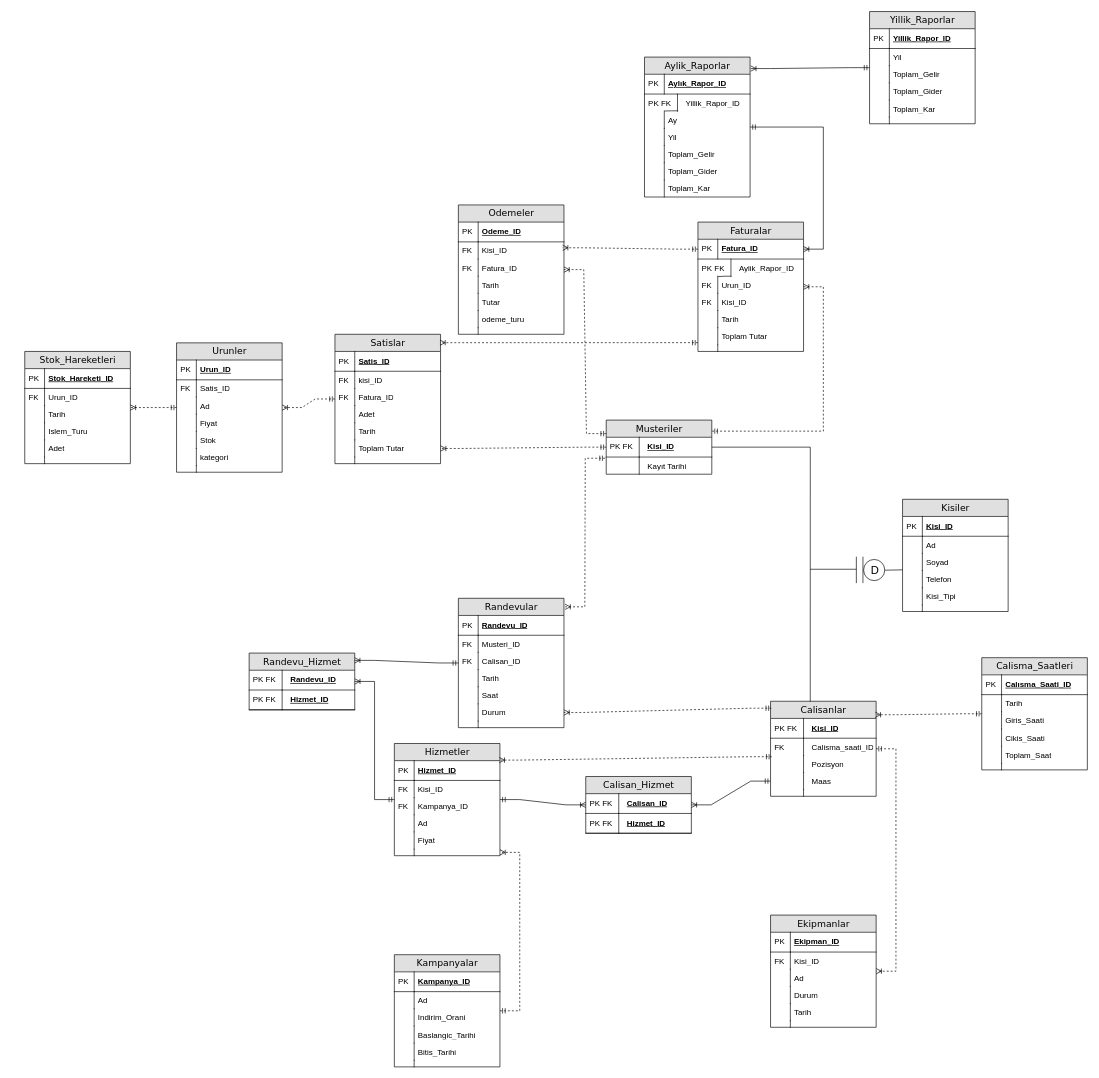
Before: Untitled Diagram.drawio in HexaSabur/VTYSodev, a draw.io diagram. Source tidied: cells renumbered, new cells numbered last; positions are measured from the earlier drawing's top-left corner, leaving out a move shared by most shapes. Both pictures are drawn from the tidied source at 66%, with x=0, y=0 at pixel (24, 11).
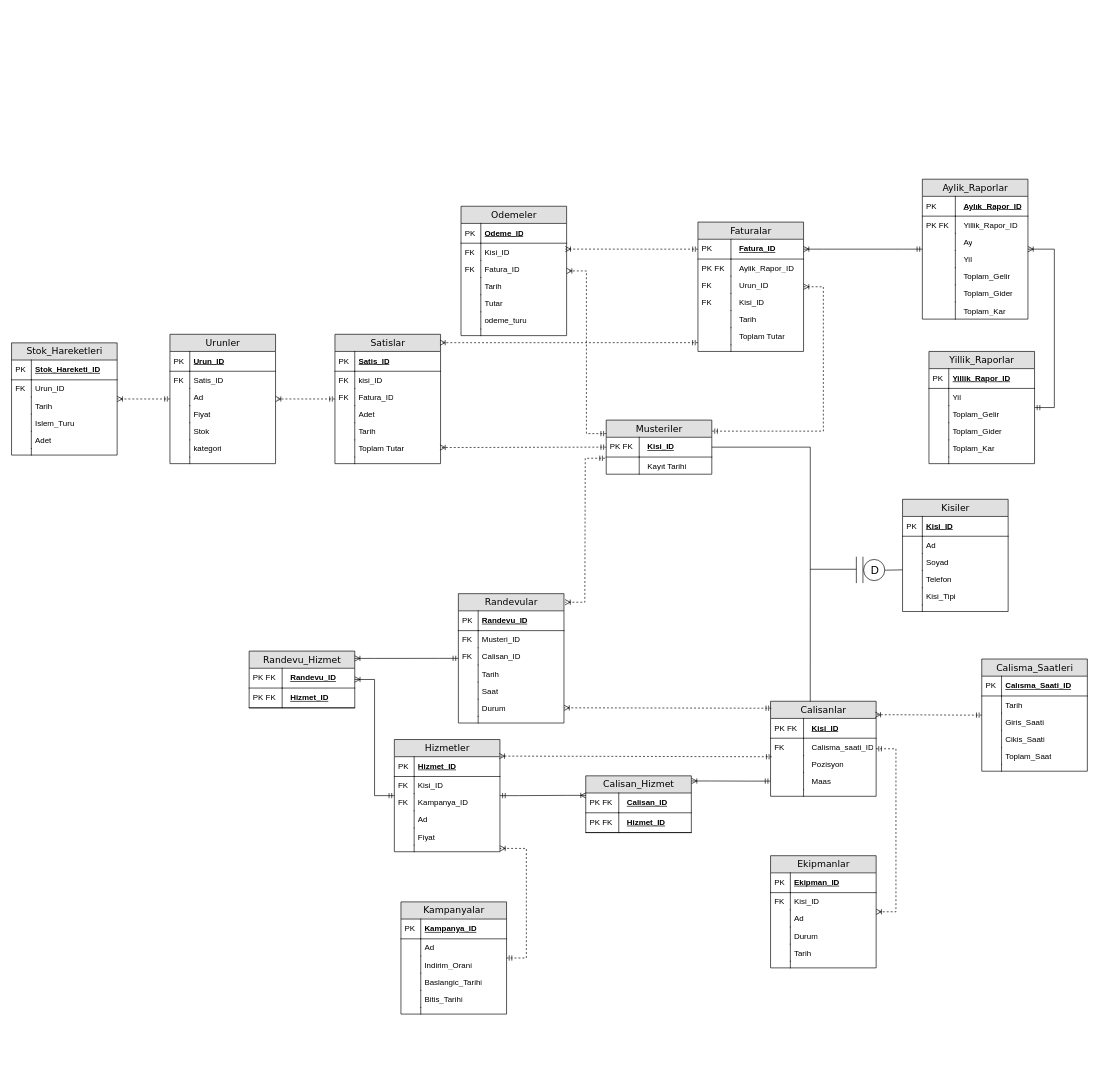
The same diagram, later.

Unchanged cells that the change refers to:
```xml
<mxCell id="9" value="&lt;span style=&quot;white-space: pre;&quot;&gt;&#9;&lt;/span&gt;Maas" style="shape=partialRectangle;top=0;left=0;right=0;bottom=0;html=1;align=left;verticalAlign=top;fillColor=none;spacingLeft=34;spacingRight=4;whiteSpace=wrap;overflow=hidden;points=[[0,0.5],[1,0.5]];portConstraint=eastwest;" parent="2" vertex="1">
  <mxGeometry y="108" width="160" height="26" as="geometry" />
</mxCell>
<mxCell id="82" value="Toplam Tutar" style="shape=partialRectangle;top=0;left=0;right=0;bottom=0;html=1;align=left;verticalAlign=top;fillColor=none;spacingLeft=34;spacingRight=4;whiteSpace=wrap;overflow=hidden;points=[[0,0.5],[1,0.5]];portConstraint=eastwest;" parent="71" vertex="1">
  <mxGeometry y="160" width="160" height="26" as="geometry" />
</mxCell>
<mxCell id="89" value="&lt;span style=&quot;white-space: pre;&quot;&gt;&#9;&lt;/span&gt;Yillik_Rapor_ID" style="shape=partialRectangle;top=0;left=0;right=0;bottom=0;html=1;align=left;verticalAlign=top;fillColor=none;spacingLeft=34;spacingRight=4;whiteSpace=wrap;overflow=hidden;points=[[0,0.5],[1,0.5]];portConstraint=eastwest;" parent="86" vertex="1">
  <mxGeometry y="56" width="160" height="26" as="geometry" />
</mxCell>
<mxCell id="102" value="Musteriler" style="swimlane;html=1;fontStyle=0;horizontal=1;startSize=26;fillColor=#e0e0e0;swimlaneFillColor=#ffffff;align=center;rounded=0;shadow=0;comic=0;labelBackgroundColor=none;strokeWidth=1;fontFamily=Verdana;fontSize=14;" parent="1" vertex="1">
  <mxGeometry x="881" y="619" width="160" height="82" as="geometry" />
</mxCell>
<mxCell id="187" value="Faturalar" style="swimlane;html=1;fontStyle=0;horizontal=1;startSize=26;fillColor=#e0e0e0;swimlaneFillColor=#ffffff;align=center;rounded=0;shadow=0;comic=0;labelBackgroundColor=none;strokeWidth=1;fontFamily=Verdana;fontSize=14;" parent="1" vertex="1">
  <mxGeometry x="1020" y="319" width="160" height="196" as="geometry" />
</mxCell>
<mxCell id="201" style="shape=partialRectangle;top=0;left=0;right=0;bottom=0;html=1;align=left;verticalAlign=top;fillColor=none;spacingLeft=34;spacingRight=4;whiteSpace=wrap;overflow=hidden;points=[[0,0.5],[1,0.5]];portConstraint=eastwest;" parent="187" vertex="1">
  <mxGeometry y="186" width="160" height="10" as="geometry" />
</mxCell>
<mxCell id="231" value="&lt;span style=&quot;white-space: pre;&quot;&gt;&#9;&lt;/span&gt;Calisan_ID" style="shape=partialRectangle;top=0;left=0;right=0;bottom=1;html=1;align=left;verticalAlign=middle;fillColor=none;spacingLeft=34;spacingRight=4;whiteSpace=wrap;overflow=hidden;points=[[0,0.5],[1,0.5]];portConstraint=eastwest;fontStyle=5;" parent="230" vertex="1">
  <mxGeometry y="26" width="160" height="30" as="geometry" />
</mxCell>
```

The edit, as a diff of the source:
```diff
@@
     <mxCell id="13" value="Hizmetler" style="swimlane;html=1;fontStyle=0;horizontal=1;startSize=26;fillColor=#e0e0e0;swimlaneFillColor=#ffffff;align=center;rounded=0;shadow=0;comic=0;labelBackgroundColor=none;strokeWidth=1;fontFamily=Verdana;fontSize=14;" parent="1" vertex="1">
-      <mxGeometry x="560" y="1109" width="160" height="170" as="geometry" />
+      <mxGeometry x="560" y="1103" width="160" height="170" as="geometry" />
     </mxCell>
@@
     <mxCell id="26" value="Randevular" style="swimlane;html=1;fontStyle=0;horizontal=1;startSize=26;fillColor=#e0e0e0;swimlaneFillColor=#ffffff;align=center;rounded=0;shadow=0;comic=0;labelBackgroundColor=none;strokeWidth=1;fontFamily=Verdana;fontSize=14;" parent="1" vertex="1">
-      <mxGeometry x="657" y="889" width="160" height="196" as="geometry" />
+      <mxGeometry x="657" y="882" width="160" height="196" as="geometry" />
     </mxCell>
@@
     <mxCell id="41" value="Odemeler" style="swimlane;html=1;fontStyle=0;horizontal=1;startSize=26;fillColor=#e0e0e0;swimlaneFillColor=#ffffff;align=center;rounded=0;shadow=0;comic=0;labelBackgroundColor=none;strokeWidth=1;fontFamily=Verdana;fontSize=14;" parent="1" vertex="1">
-      <mxGeometry x="657" y="293" width="160" height="196" as="geometry" />
+      <mxGeometry x="661" y="295" width="160" height="196" as="geometry" />
     </mxCell>
@@
     <mxCell id="56" value="Urunler" style="swimlane;html=1;fontStyle=0;horizontal=1;startSize=26;fillColor=#e0e0e0;swimlaneFillColor=#ffffff;align=center;rounded=0;shadow=0;comic=0;labelBackgroundColor=none;strokeWidth=1;fontFamily=Verdana;fontSize=14;" parent="1" vertex="1">
-      <mxGeometry x="230" y="502" width="160" height="196" as="geometry" />
+      <mxGeometry x="220" y="489" width="160" height="196" as="geometry" />
     </mxCell>
@@
     <mxCell id="86" value="Aylik_Raporlar" style="swimlane;html=1;fontStyle=0;horizontal=1;startSize=26;fillColor=#e0e0e0;swimlaneFillColor=#ffffff;align=center;rounded=0;shadow=0;comic=0;labelBackgroundColor=none;strokeWidth=1;fontFamily=Verdana;fontSize=14;" parent="1" vertex="1">
-      <mxGeometry x="939" y="69" width="160" height="212" as="geometry" />
+      <mxGeometry x="1360" y="254" width="160" height="212" as="geometry" />
     </mxCell>
-    <mxCell id="87" value="Aylık_Rapor_ID" style="shape=partialRectangle;top=0;left=0;right=0;bottom=1;html=1;align=left;verticalAlign=middle;fillColor=none;spacingLeft=34;spacingRight=4;whiteSpace=wrap;overflow=hidden;fontStyle=5;" parent="86" vertex="1">
+    <mxCell id="87" value="&lt;span style=&quot;white-space: pre;&quot;&gt;&#9;&lt;/span&gt;Aylık_Rapor_ID" style="shape=partialRectangle;top=0;left=0;right=0;bottom=1;html=1;align=left;verticalAlign=middle;fillColor=none;spacingLeft=34;spacingRight=4;whiteSpace=wrap;overflow=hidden;fontStyle=5;" parent="86" vertex="1">
       <mxGeometry y="26" width="160" height="30" as="geometry" />
     </mxCell>
     <mxCell id="88" value="PK" style="shape=partialRectangle;top=0;left=0;bottom=0;html=1;fillColor=none;align=left;verticalAlign=middle;spacingLeft=4;spacingRight=4;whiteSpace=wrap;overflow=hidden;" parent="87" vertex="1">
-      <mxGeometry width="30" height="30" as="geometry" />
+      <mxGeometry width="50" height="30" as="geometry" />
     </mxCell>
@@
-    <mxCell id="91" style="endArrow=none;html=1;rounded=0;exitX=0.188;exitY=0.987;exitDx=0;exitDy=0;exitPerimeter=0;" parent="86" edge="1" source="89">
-      <mxGeometry relative="1" as="geometry">
-        <mxPoint x="51" y="81.4" as="targetPoint" />
-        <Array as="points">
-          <mxPoint x="41" y="81.4" />
-        </Array>
-      </mxGeometry>
-    </mxCell>
-    <mxCell id="92" value="Ay" style="shape=partialRectangle;top=0;left=0;right=0;bottom=0;html=1;align=left;verticalAlign=top;fillColor=none;spacingLeft=34;spacingRight=4;whiteSpace=wrap;overflow=hidden;" parent="86" vertex="1">
+    <mxCell id="92" value="&lt;span style=&quot;white-space: pre;&quot;&gt;&#9;&lt;/span&gt;Ay" style="shape=partialRectangle;top=0;left=0;right=0;bottom=0;html=1;align=left;verticalAlign=top;fillColor=none;spacingLeft=34;spacingRight=4;whiteSpace=wrap;overflow=hidden;" parent="86" vertex="1">
       <mxGeometry y="82" width="160" height="26" as="geometry" />
     </mxCell>
     <mxCell id="93" style="shape=partialRectangle;top=0;left=0;bottom=0;html=1;fillColor=none;align=left;verticalAlign=top;spacingLeft=4;spacingRight=4;whiteSpace=wrap;overflow=hidden;" parent="92" vertex="1">
-      <mxGeometry width="30" height="26" as="geometry" />
+      <mxGeometry width="50" height="26" as="geometry" />
     </mxCell>
-    <mxCell id="94" value="Yil" style="shape=partialRectangle;top=0;left=0;right=0;bottom=0;html=1;align=left;verticalAlign=top;fillColor=none;spacingLeft=34;spacingRight=4;whiteSpace=wrap;overflow=hidden;" parent="86" vertex="1">
+    <mxCell id="94" value="&lt;span style=&quot;white-space: pre;&quot;&gt;&#9;&lt;/span&gt;Yil" style="shape=partialRectangle;top=0;left=0;right=0;bottom=0;html=1;align=left;verticalAlign=top;fillColor=none;spacingLeft=34;spacingRight=4;whiteSpace=wrap;overflow=hidden;" parent="86" vertex="1">
       <mxGeometry y="108" width="160" height="26" as="geometry" />
     </mxCell>
     <mxCell id="95" style="shape=partialRectangle;top=0;left=0;bottom=0;html=1;fillColor=none;align=left;verticalAlign=top;spacingLeft=4;spacingRight=4;whiteSpace=wrap;overflow=hidden;" parent="94" vertex="1">
-      <mxGeometry width="30" height="26" as="geometry" />
+      <mxGeometry width="50" height="26" as="geometry" />
     </mxCell>
-    <mxCell id="96" value="Toplam_Gelir" style="shape=partialRectangle;top=0;left=0;right=0;bottom=0;html=1;align=left;verticalAlign=top;fillColor=none;spacingLeft=34;spacingRight=4;whiteSpace=wrap;overflow=hidden;" parent="86" vertex="1">
+    <mxCell id="96" value="&lt;span style=&quot;white-space: pre;&quot;&gt;&#9;&lt;/span&gt;Toplam_Gelir" style="shape=partialRectangle;top=0;left=0;right=0;bottom=0;html=1;align=left;verticalAlign=top;fillColor=none;spacingLeft=34;spacingRight=4;whiteSpace=wrap;overflow=hidden;" parent="86" vertex="1">
       <mxGeometry y="134" width="160" height="26" as="geometry" />
     </mxCell>
     <mxCell id="97" style="shape=partialRectangle;top=0;left=0;bottom=0;html=1;fillColor=none;align=left;verticalAlign=top;spacingLeft=4;spacingRight=4;whiteSpace=wrap;overflow=hidden;" parent="96" vertex="1">
-      <mxGeometry width="30" height="26" as="geometry" />
+      <mxGeometry width="50" height="26" as="geometry" />
     </mxCell>
-    <mxCell id="98" value="Toplam_Gider" style="shape=partialRectangle;top=0;left=0;right=0;bottom=0;html=1;align=left;verticalAlign=top;fillColor=none;spacingLeft=34;spacingRight=4;whiteSpace=wrap;overflow=hidden;" parent="86" vertex="1">
+    <mxCell id="98" value="&lt;span style=&quot;white-space: pre;&quot;&gt;&#9;&lt;/span&gt;Toplam_Gider" style="shape=partialRectangle;top=0;left=0;right=0;bottom=0;html=1;align=left;verticalAlign=top;fillColor=none;spacingLeft=34;spacingRight=4;whiteSpace=wrap;overflow=hidden;" parent="86" vertex="1">
       <mxGeometry y="160" width="160" height="26" as="geometry" />
     </mxCell>
     <mxCell id="99" style="shape=partialRectangle;top=0;left=0;bottom=0;html=1;fillColor=none;align=left;verticalAlign=top;spacingLeft=4;spacingRight=4;whiteSpace=wrap;overflow=hidden;" parent="98" vertex="1">
-      <mxGeometry width="30" height="26" as="geometry" />
+      <mxGeometry width="50" height="26" as="geometry" />
     </mxCell>
-    <mxCell id="100" value="Toplam_Kar" style="shape=partialRectangle;top=0;left=0;right=0;bottom=0;html=1;align=left;verticalAlign=top;fillColor=none;spacingLeft=34;spacingRight=4;whiteSpace=wrap;overflow=hidden;" parent="86" vertex="1">
+    <mxCell id="100" value="&lt;span style=&quot;white-space: pre;&quot;&gt;&#9;&lt;/span&gt;Toplam_Kar" style="shape=partialRectangle;top=0;left=0;right=0;bottom=0;html=1;align=left;verticalAlign=top;fillColor=none;spacingLeft=34;spacingRight=4;whiteSpace=wrap;overflow=hidden;" parent="86" vertex="1">
       <mxGeometry y="186" width="160" height="26" as="geometry" />
     </mxCell>
     <mxCell id="101" style="shape=partialRectangle;top=0;left=0;bottom=0;html=1;fillColor=none;align=left;verticalAlign=top;spacingLeft=4;spacingRight=4;whiteSpace=wrap;overflow=hidden;" parent="100" vertex="1">
-      <mxGeometry width="30" height="26" as="geometry" />
+      <mxGeometry width="50" height="26" as="geometry" />
     </mxCell>
@@
     <mxCell id="109" value="Kampanyalar" style="swimlane;html=1;fontStyle=0;horizontal=1;startSize=26;fillColor=#e0e0e0;swimlaneFillColor=#ffffff;align=center;rounded=0;shadow=0;comic=0;labelBackgroundColor=none;strokeWidth=1;fontFamily=Verdana;fontSize=14;" parent="1" vertex="1">
-      <mxGeometry x="560" y="1429" width="160" height="170" as="geometry" />
+      <mxGeometry x="570" y="1349" width="160" height="170" as="geometry" />
     </mxCell>
@@
     <mxCell id="122" value="Calisma_Saatleri" style="swimlane;html=1;fontStyle=0;horizontal=1;startSize=26;fillColor=#e0e0e0;swimlaneFillColor=#ffffff;align=center;rounded=0;shadow=0;comic=0;labelBackgroundColor=none;strokeWidth=1;fontFamily=Verdana;fontSize=14;" parent="1" vertex="1">
-      <mxGeometry x="1450" y="979" width="160" height="170" as="geometry" />
+      <mxGeometry x="1450" y="981" width="160" height="170" as="geometry" />
     </mxCell>
@@
     <mxCell id="135" value="Stok_Hareketleri" style="swimlane;html=1;fontStyle=0;horizontal=1;startSize=26;fillColor=#e0e0e0;swimlaneFillColor=#ffffff;align=center;rounded=0;shadow=0;comic=0;labelBackgroundColor=none;strokeWidth=1;fontFamily=Verdana;fontSize=14;" parent="1" vertex="1">
-      <mxGeometry y="515" width="160" height="170" as="geometry" />
+      <mxGeometry x="-20" y="502" width="160" height="170" as="geometry" />
     </mxCell>
@@
     <mxCell id="148" value="Ekipmanlar" style="swimlane;html=1;fontStyle=0;horizontal=1;startSize=26;fillColor=#e0e0e0;swimlaneFillColor=#ffffff;align=center;rounded=0;shadow=0;comic=0;labelBackgroundColor=none;strokeWidth=1;fontFamily=Verdana;fontSize=14;" parent="1" vertex="1">
-      <mxGeometry x="1130" y="1369" width="160" height="170" as="geometry" />
+      <mxGeometry x="1130" y="1279" width="160" height="170" as="geometry" />
     </mxCell>
@@
     <mxCell id="161" value="Yillik_Raporlar" style="swimlane;html=1;fontStyle=0;horizontal=1;startSize=26;fillColor=#e0e0e0;swimlaneFillColor=#ffffff;align=center;rounded=0;shadow=0;comic=0;labelBackgroundColor=none;strokeWidth=1;fontFamily=Verdana;fontSize=14;" parent="1" vertex="1">
-      <mxGeometry x="1280" width="160" height="170" as="geometry" />
+      <mxGeometry x="1370" y="515" width="160" height="170" as="geometry" />
     </mxCell>
@@
-    <mxCell id="177" style="edgeStyle=entityRelationEdgeStyle;fontSize=12;html=1;endArrow=ERoneToMany;startArrow=ERmandOne;rounded=0;strokeColor=default;align=center;verticalAlign=middle;fontFamily=Helvetica;fontColor=default;labelBackgroundColor=default;dashed=1;entryX=1;entryY=0.5;entryDx=0;entryDy=0;" parent="1" edge="1" source="102" target="82">
+    <mxCell id="177" style="edgeStyle=entityRelationEdgeStyle;fontSize=12;html=1;endArrow=ERoneToMany;startArrow=ERmandOne;rounded=0;strokeColor=default;align=center;verticalAlign=middle;fontFamily=Helvetica;fontColor=default;labelBackgroundColor=default;dashed=1;entryX=0.994;entryY=0.443;entryDx=0;entryDy=0;entryPerimeter=0;" parent="1" edge="1" source="102" target="82">
       <mxGeometry relative="1" as="geometry">
         <Array as="points">
           <mxPoint x="760" y="509" />
         </Array>
       </mxGeometry>
     </mxCell>
@@
     <mxCell id="179" value="Randevu_Hizmet" style="swimlane;html=1;fontStyle=0;horizontal=1;startSize=26;fillColor=#e0e0e0;swimlaneFillColor=#ffffff;align=center;rounded=0;shadow=0;comic=0;labelBackgroundColor=none;strokeWidth=1;fontFamily=Verdana;fontSize=14;" parent="1" vertex="1">
-      <mxGeometry x="340" y="972" width="160" height="86" as="geometry" />
+      <mxGeometry x="340" y="969" width="160" height="86" as="geometry" />
     </mxCell>
@@
-    <mxCell id="188" value="Fatura_ID" style="shape=partialRectangle;top=0;left=0;right=0;bottom=1;html=1;align=left;verticalAlign=middle;fillColor=none;spacingLeft=34;spacingRight=4;whiteSpace=wrap;overflow=hidden;points=[[0,0.5],[1,0.5]];portConstraint=eastwest;fontStyle=5;" parent="187" vertex="1">
+    <mxCell id="188" value="&lt;span style=&quot;white-space: pre;&quot;&gt;&#9;&lt;/span&gt;Fatura_ID" style="shape=partialRectangle;top=0;left=0;right=0;bottom=1;html=1;align=left;verticalAlign=middle;fillColor=none;spacingLeft=34;spacingRight=4;whiteSpace=wrap;overflow=hidden;points=[[0,0.5],[1,0.5]];portConstraint=eastwest;fontStyle=5;" parent="187" vertex="1">
       <mxGeometry y="26" width="160" height="30" as="geometry" />
     </mxCell>
     <mxCell id="189" value="PK" style="shape=partialRectangle;top=0;left=0;bottom=0;html=1;fillColor=none;align=left;verticalAlign=middle;spacingLeft=4;spacingRight=4;whiteSpace=wrap;overflow=hidden;" parent="188" vertex="1">
-      <mxGeometry width="30" height="30" as="geometry" />
+      <mxGeometry width="50" height="30" as="geometry" />
     </mxCell>
@@
-    <mxCell id="192" style="endArrow=none;html=1;rounded=0;exitX=0.188;exitY=0.987;exitDx=0;exitDy=0;exitPerimeter=0;" parent="187" edge="1">
-      <mxGeometry relative="1" as="geometry">
-        <mxPoint x="30" y="82.6" as="sourcePoint" />
-        <mxPoint x="51" y="82" as="targetPoint" />
-        <Array as="points">
-          <mxPoint x="41" y="82" />
-        </Array>
-      </mxGeometry>
-    </mxCell>
-    <mxCell id="193" value="Urun_ID" style="shape=partialRectangle;top=0;left=0;right=0;bottom=0;html=1;align=left;verticalAlign=top;fillColor=none;spacingLeft=34;spacingRight=4;whiteSpace=wrap;overflow=hidden;" parent="187" vertex="1">
+    <mxCell id="193" value="&lt;span style=&quot;white-space: pre;&quot;&gt;&#9;&lt;/span&gt;Urun_ID" style="shape=partialRectangle;top=0;left=0;right=0;bottom=0;html=1;align=left;verticalAlign=top;fillColor=none;spacingLeft=34;spacingRight=4;whiteSpace=wrap;overflow=hidden;" parent="187" vertex="1">
       <mxGeometry y="82" width="160" height="26" as="geometry" />
     </mxCell>
     <mxCell id="194" value="FK" style="shape=partialRectangle;top=0;left=0;bottom=0;html=1;fillColor=none;align=left;verticalAlign=top;spacingLeft=4;spacingRight=4;whiteSpace=wrap;overflow=hidden;" parent="193" vertex="1">
-      <mxGeometry width="30" height="26" as="geometry" />
+      <mxGeometry width="50" height="26" as="geometry" />
     </mxCell>
-    <mxCell id="195" value="Kisi_ID" style="shape=partialRectangle;top=0;left=0;right=0;bottom=0;html=1;align=left;verticalAlign=top;fillColor=none;spacingLeft=34;spacingRight=4;whiteSpace=wrap;overflow=hidden;" parent="187" vertex="1">
+    <mxCell id="195" value="&lt;span style=&quot;white-space: pre;&quot;&gt;&#9;&lt;/span&gt;Kisi_ID" style="shape=partialRectangle;top=0;left=0;right=0;bottom=0;html=1;align=left;verticalAlign=top;fillColor=none;spacingLeft=34;spacingRight=4;whiteSpace=wrap;overflow=hidden;" parent="187" vertex="1">
       <mxGeometry y="108" width="160" height="26" as="geometry" />
     </mxCell>
     <mxCell id="196" value="FK" style="shape=partialRectangle;top=0;left=0;bottom=0;html=1;fillColor=none;align=left;verticalAlign=top;spacingLeft=4;spacingRight=4;whiteSpace=wrap;overflow=hidden;" parent="195" vertex="1">
-      <mxGeometry width="30" height="26" as="geometry" />
+      <mxGeometry width="50" height="26" as="geometry" />
     </mxCell>
-    <mxCell id="197" value="Tarih" style="shape=partialRectangle;top=0;left=0;right=0;bottom=0;html=1;align=left;verticalAlign=top;fillColor=none;spacingLeft=34;spacingRight=4;whiteSpace=wrap;overflow=hidden;" parent="187" vertex="1">
+    <mxCell id="197" value="&lt;span style=&quot;white-space: pre;&quot;&gt;&#9;&lt;/span&gt;Tarih" style="shape=partialRectangle;top=0;left=0;right=0;bottom=0;html=1;align=left;verticalAlign=top;fillColor=none;spacingLeft=34;spacingRight=4;whiteSpace=wrap;overflow=hidden;" parent="187" vertex="1">
       <mxGeometry y="134" width="160" height="26" as="geometry" />
     </mxCell>
     <mxCell id="198" style="shape=partialRectangle;top=0;left=0;bottom=0;html=1;fillColor=none;align=left;verticalAlign=top;spacingLeft=4;spacingRight=4;whiteSpace=wrap;overflow=hidden;" parent="197" vertex="1">
-      <mxGeometry width="30" height="26" as="geometry" />
+      <mxGeometry width="50" height="26" as="geometry" />
     </mxCell>
-    <mxCell id="199" value="Toplam Tutar" style="shape=partialRectangle;top=0;left=0;right=0;bottom=0;html=1;align=left;verticalAlign=top;fillColor=none;spacingLeft=34;spacingRight=4;whiteSpace=wrap;overflow=hidden;" parent="187" vertex="1">
+    <mxCell id="199" value="&lt;span style=&quot;white-space: pre;&quot;&gt;&#9;&lt;/span&gt;Toplam Tutar" style="shape=partialRectangle;top=0;left=0;right=0;bottom=0;html=1;align=left;verticalAlign=top;fillColor=none;spacingLeft=34;spacingRight=4;whiteSpace=wrap;overflow=hidden;" parent="187" vertex="1">
       <mxGeometry y="160" width="160" height="26" as="geometry" />
     </mxCell>
     <mxCell id="200" style="shape=partialRectangle;top=0;left=0;bottom=0;html=1;fillColor=none;align=left;verticalAlign=top;spacingLeft=4;spacingRight=4;whiteSpace=wrap;overflow=hidden;" parent="199" vertex="1">
-      <mxGeometry width="30" height="26" as="geometry" />
+      <mxGeometry width="50" height="26" as="geometry" />
     </mxCell>
@@
     <mxCell id="202" style="shape=partialRectangle;top=0;left=0;bottom=0;html=1;fillColor=none;align=left;verticalAlign=top;spacingLeft=4;spacingRight=4;whiteSpace=wrap;overflow=hidden;" parent="201" vertex="1">
-      <mxGeometry width="30" height="10" as="geometry" />
+      <mxGeometry width="50" height="10" as="geometry" />
     </mxCell>
@@
-    <mxCell id="208" style="edgeStyle=entityRelationEdgeStyle;fontSize=12;html=1;endArrow=ERoneToMany;startArrow=ERmandOne;rounded=0;strokeColor=default;align=center;verticalAlign=middle;fontFamily=Helvetica;fontColor=default;labelBackgroundColor=default;entryX=1.006;entryY=0.082;entryDx=0;entryDy=0;entryPerimeter=0;" parent="1" edge="1" source="161" target="86">
+    <mxCell id="208" style="edgeStyle=entityRelationEdgeStyle;fontSize=12;html=1;endArrow=ERoneToMany;startArrow=ERmandOne;rounded=0;strokeColor=default;align=center;verticalAlign=middle;fontFamily=Helvetica;fontColor=default;labelBackgroundColor=default;" parent="1" edge="1" source="161" target="86">
       <mxGeometry relative="1" as="geometry" />
     </mxCell>
@@
     <mxCell id="230" value="Calisan_Hizmet" style="swimlane;html=1;fontStyle=0;horizontal=1;startSize=26;fillColor=#e0e0e0;swimlaneFillColor=#ffffff;align=center;rounded=0;shadow=0;comic=0;labelBackgroundColor=none;strokeWidth=1;fontFamily=Verdana;fontSize=14;" parent="1" vertex="1">
-      <mxGeometry x="850" y="1159" width="160" height="86" as="geometry" />
+      <mxGeometry x="850" y="1158" width="160" height="86" as="geometry" />
     </mxCell>
@@
-    <mxCell id="236" style="edgeStyle=entityRelationEdgeStyle;fontSize=12;html=1;endArrow=ERoneToMany;startArrow=ERmandOne;rounded=0;" parent="1" edge="1" source="13" target="230">
+    <mxCell id="236" style="edgeStyle=entityRelationEdgeStyle;fontSize=12;html=1;endArrow=ERoneToMany;startArrow=ERmandOne;rounded=0;entryX=0.003;entryY=0.12;entryDx=0;entryDy=0;entryPerimeter=0;" parent="1" edge="1" source="13" target="231">
       <mxGeometry relative="1" as="geometry" />
     </mxCell>
-    <mxCell id="237" style="edgeStyle=entityRelationEdgeStyle;fontSize=12;html=1;endArrow=ERoneToMany;startArrow=ERmandOne;rounded=0;exitX=0;exitY=0.5;exitDx=0;exitDy=0;" parent="1" edge="1" source="9" target="230">
+    <mxCell id="237" style="edgeStyle=entityRelationEdgeStyle;fontSize=12;html=1;endArrow=ERoneToMany;startArrow=ERmandOne;rounded=0;exitX=0;exitY=0.5;exitDx=0;exitDy=0;entryX=1.002;entryY=0.091;entryDx=0;entryDy=0;entryPerimeter=0;" parent="1" edge="1" source="9" target="230">
       <mxGeometry relative="1" as="geometry" />
     </mxCell>
```
